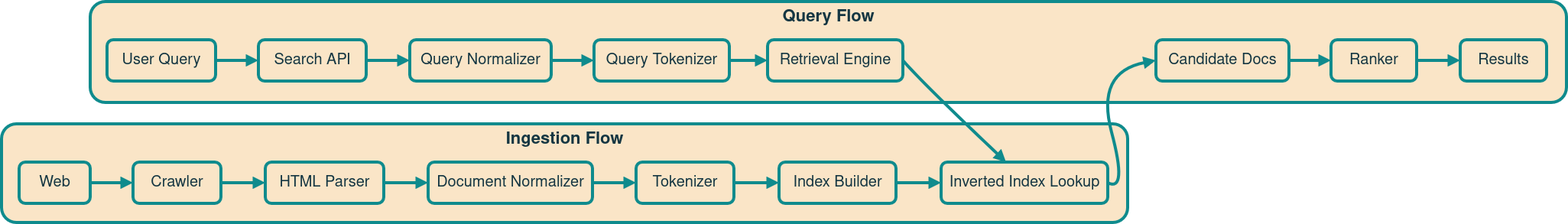
The draw.io diagram docs/diagrams/dfd.png in schak04/septcrawler, before a commit. Source tidied: cells renumbered, new cells last; positions are measured from the earlier drawing's top-left corner, leaving out a move shared by most shapes.
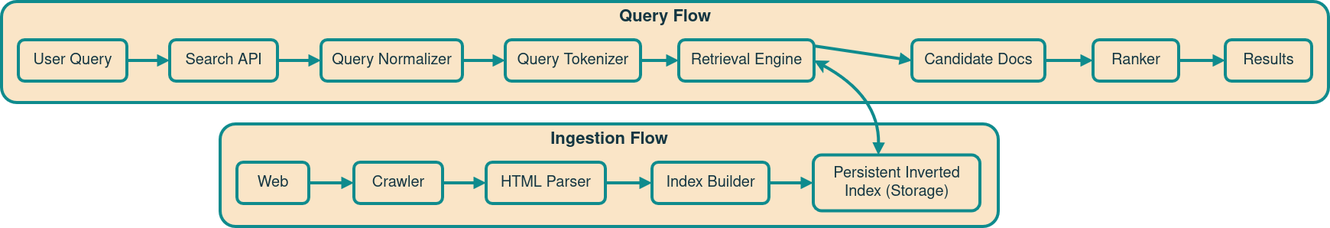
Later version of the same file.

What changed in the source:
```diff
@@ -3,32 +3,26 @@
     <mxCell id="0" />
     <mxCell id="1" parent="0" />
     <mxCell id="2" value="Query Flow" style="whiteSpace=wrap;strokeWidth=4;fillColor=#FAE5C7;strokeColor=light-dark(#0F8B8D,#33FFFF);fontColor=#143642;labelBackgroundColor=none;rounded=1;fontSize=22;verticalAlign=top;fontStyle=1;" parent="1" vertex="1">
-      <mxGeometry x="116" width="1931" height="132" as="geometry" />
+      <mxGeometry x="116" width="1736" height="132" as="geometry" />
     </mxCell>
     <mxCell id="3" value="Ingestion Flow" style="whiteSpace=wrap;strokeWidth=4;fillColor=#FAE5C7;strokeColor=light-dark(#0F8B8D,#33FFFF);fontColor=#143642;labelBackgroundColor=none;rounded=1;fontSize=22;verticalAlign=top;fontStyle=1;" parent="1" vertex="1">
-      <mxGeometry y="160" width="1473" height="129" as="geometry" />
+      <mxGeometry x="402" y="160" width="1018" height="134" as="geometry" />
     </mxCell>
     <mxCell id="4" value="Web" style="whiteSpace=wrap;strokeWidth=4;fillColor=#FAE5C7;strokeColor=light-dark(#0F8B8D,#33FFFF);fontColor=#143642;labelBackgroundColor=none;rounded=1;fontSize=20;" parent="1" vertex="1">
-      <mxGeometry x="23" y="210" width="93" height="54" as="geometry" />
+      <mxGeometry x="424" y="210" width="94" height="54" as="geometry" />
     </mxCell>
     <mxCell id="5" value="Crawler" style="whiteSpace=wrap;strokeWidth=4;fillColor=#FAE5C7;strokeColor=light-dark(#0F8B8D,#33FFFF);fontColor=#143642;labelBackgroundColor=none;rounded=1;fontSize=20;" parent="1" vertex="1">
-      <mxGeometry x="172" y="210" width="115" height="54" as="geometry" />
+      <mxGeometry x="577" y="210" width="116" height="54" as="geometry" />
     </mxCell>
     <mxCell id="6" value="HTML Parser" style="whiteSpace=wrap;strokeWidth=4;fillColor=#FAE5C7;strokeColor=light-dark(#0F8B8D,#33FFFF);fontColor=#143642;labelBackgroundColor=none;rounded=1;fontSize=20;" parent="1" vertex="1">
-      <mxGeometry x="345" y="210" width="155" height="54" as="geometry" />
+      <mxGeometry x="750" y="210" width="156" height="54" as="geometry" />
     </mxCell>
-    <mxCell id="7" value="Document Normalizer" style="whiteSpace=wrap;strokeWidth=4;fillColor=#FAE5C7;strokeColor=light-dark(#0F8B8D,#33FFFF);fontColor=#143642;labelBackgroundColor=none;rounded=1;fontSize=20;" parent="1" vertex="1">
-      <mxGeometry x="558" y="210" width="215" height="54" as="geometry" />
-    </mxCell>
-    <mxCell id="8" value="Tokenizer" style="whiteSpace=wrap;strokeWidth=4;fillColor=#FAE5C7;strokeColor=light-dark(#0F8B8D,#33FFFF);fontColor=#143642;labelBackgroundColor=none;rounded=1;fontSize=20;" parent="1" vertex="1">
-      <mxGeometry x="830" y="210" width="128" height="54" as="geometry" />
-    </mxCell>
     <mxCell id="9" value="Index Builder" style="whiteSpace=wrap;strokeWidth=4;fillColor=#FAE5C7;strokeColor=light-dark(#0F8B8D,#33FFFF);fontColor=#143642;labelBackgroundColor=none;rounded=1;fontSize=20;" parent="1" vertex="1">
-      <mxGeometry x="1017" y="210" width="153" height="54" as="geometry" />
+      <mxGeometry x="967" y="210" width="153" height="54" as="geometry" />
     </mxCell>
-    <mxCell id="10" value="Inverted Index Lookup" style="whiteSpace=wrap;strokeWidth=4;fillColor=#FAE5C7;strokeColor=light-dark(#0F8B8D,#33FFFF);fontColor=#143642;labelBackgroundColor=none;rounded=1;fontSize=20;" parent="1" vertex="1">
-      <mxGeometry x="1229" y="210" width="218" height="54" as="geometry" />
-    </mxCell>
+    <mxCell id="33" value="Persistent Inverted Index (Storage)" style="whiteSpace=wrap;strokeWidth=4;fillColor=#FAE5C7;strokeColor=light-dark(#0F8B8D,#33FFFF);fontColor=#143642;labelBackgroundColor=none;rounded=1;fontSize=20;" parent="1" vertex="1">
+      <mxGeometry x="1178" y="200.5" width="218" height="73" as="geometry" />
+    </mxCell>
     <mxCell id="11" value="User Query" style="whiteSpace=wrap;strokeWidth=4;fillColor=#FAE5C7;strokeColor=light-dark(#0F8B8D,#33FFFF);fontColor=#143642;labelBackgroundColor=none;rounded=1;fontSize=20;" parent="1" vertex="1">
       <mxGeometry x="138" y="50" width="142" height="54" as="geometry" />
     </mxCell>
@@ -45,13 +39,13 @@
       <mxGeometry x="1002" y="50" width="177" height="54" as="geometry" />
     </mxCell>
     <mxCell id="16" value="Candidate Docs" style="whiteSpace=wrap;strokeWidth=4;fillColor=#FAE5C7;strokeColor=light-dark(#0F8B8D,#33FFFF);fontColor=#143642;labelBackgroundColor=none;rounded=1;fontSize=20;" parent="1" vertex="1">
-      <mxGeometry x="1510" y="50" width="174" height="54" as="geometry" />
+      <mxGeometry x="1307" y="50" width="174" height="54" as="geometry" />
     </mxCell>
     <mxCell id="17" value="Ranker" style="whiteSpace=wrap;strokeWidth=4;fillColor=#FAE5C7;strokeColor=light-dark(#0F8B8D,#33FFFF);fontColor=#143642;labelBackgroundColor=none;rounded=1;fontSize=20;" parent="1" vertex="1">
-      <mxGeometry x="1739" y="50" width="112" height="54" as="geometry" />
+      <mxGeometry x="1544" y="50" width="112" height="54" as="geometry" />
     </mxCell>
     <mxCell id="18" value="Results" style="whiteSpace=wrap;strokeWidth=4;fillColor=#FAE5C7;strokeColor=light-dark(#0F8B8D,#33FFFF);fontColor=#143642;labelBackgroundColor=none;rounded=1;fontSize=20;" parent="1" vertex="1">
-      <mxGeometry x="1908" y="50" width="113" height="54" as="geometry" />
+      <mxGeometry x="1717" y="50" width="113" height="54" as="geometry" />
     </mxCell>
     <mxCell id="19" style="curved=1;startArrow=none;endArrow=block;exitX=1;exitY=0.5;entryX=0;entryY=0.5;rounded=1;labelBackgroundColor=none;strokeColor=light-dark(#0F8B8D,#33FFFF);fontColor=default;strokeWidth=4;fontSize=20;" parent="1" edge="1" source="4" target="5">
       <mxGeometry relative="1" as="geometry" />
@@ -59,18 +53,12 @@
     <mxCell id="20" style="curved=1;startArrow=none;endArrow=block;exitX=1;exitY=0.5;entryX=0;entryY=0.5;rounded=1;labelBackgroundColor=none;strokeColor=light-dark(#0F8B8D,#33FFFF);fontColor=default;strokeWidth=4;fontSize=20;" parent="1" edge="1" source="5" target="6">
       <mxGeometry relative="1" as="geometry" />
     </mxCell>
-    <mxCell id="21" style="curved=1;startArrow=none;endArrow=block;exitX=1;exitY=0.5;entryX=0;entryY=0.5;rounded=1;labelBackgroundColor=none;strokeColor=light-dark(#0F8B8D,#33FFFF);fontColor=default;strokeWidth=4;fontSize=20;" parent="1" edge="1" source="6" target="7">
-      <mxGeometry relative="1" as="geometry" />
-    </mxCell>
-    <mxCell id="22" style="curved=1;startArrow=none;endArrow=block;exitX=1;exitY=0.5;entryX=0;entryY=0.5;rounded=1;labelBackgroundColor=none;strokeColor=light-dark(#0F8B8D,#33FFFF);fontColor=default;strokeWidth=4;fontSize=20;" parent="1" edge="1" source="7" target="8">
-      <mxGeometry relative="1" as="geometry" />
-    </mxCell>
-    <mxCell id="23" style="curved=1;startArrow=none;endArrow=block;exitX=1.01;exitY=0.5;entryX=0;entryY=0.5;rounded=1;labelBackgroundColor=none;strokeColor=light-dark(#0F8B8D,#33FFFF);fontColor=default;strokeWidth=4;fontSize=20;" parent="1" edge="1" source="8" target="9">
-      <mxGeometry relative="1" as="geometry" />
-    </mxCell>
-    <mxCell id="24" style="curved=1;startArrow=none;endArrow=block;exitX=1;exitY=0.5;entryX=0;entryY=0.5;rounded=1;labelBackgroundColor=none;strokeColor=light-dark(#0F8B8D,#33FFFF);fontColor=default;strokeWidth=4;fontSize=20;" parent="1" edge="1" source="9" target="10">
-      <mxGeometry relative="1" as="geometry" />
-    </mxCell>
+    <mxCell id="34" style="curved=1;startArrow=none;endArrow=block;exitX=1;exitY=0.5;entryX=0;entryY=0.5;rounded=1;labelBackgroundColor=none;strokeColor=light-dark(#0F8B8D,#33FFFF);fontColor=default;strokeWidth=4;fontSize=20;entryDx=0;entryDy=0;" parent="1" edge="1" source="6" target="9">
+      <mxGeometry relative="1" as="geometry" />
+    </mxCell>
+    <mxCell id="35" style="curved=1;startArrow=none;endArrow=block;exitX=1;exitY=0.5;entryX=0;entryY=0.5;rounded=1;labelBackgroundColor=none;strokeColor=light-dark(#0F8B8D,#33FFFF);fontColor=default;strokeWidth=4;fontSize=20;" parent="1" edge="1" source="9" target="33">
+      <mxGeometry relative="1" as="geometry" />
+    </mxCell>
     <mxCell id="25" style="curved=1;startArrow=none;endArrow=block;exitX=1;exitY=0.5;entryX=0;entryY=0.5;rounded=1;labelBackgroundColor=none;strokeColor=light-dark(#0F8B8D,#33FFFF);fontColor=default;strokeWidth=4;fontSize=20;" parent="1" edge="1" source="11" target="12">
       <mxGeometry relative="1" as="geometry" />
     </mxCell>
@@ -83,21 +71,16 @@
     <mxCell id="28" style="curved=1;startArrow=none;endArrow=block;exitX=1;exitY=0.5;entryX=0;entryY=0.5;rounded=1;labelBackgroundColor=none;strokeColor=light-dark(#0F8B8D,#33FFFF);fontColor=default;strokeWidth=4;fontSize=20;" parent="1" edge="1" source="14" target="15">
       <mxGeometry relative="1" as="geometry" />
     </mxCell>
-    <mxCell id="29" style="curved=1;startArrow=none;endArrow=block;exitX=1;exitY=0.5;entryX=0.39;entryY=0;rounded=1;labelBackgroundColor=none;strokeColor=light-dark(#0F8B8D,#33FFFF);fontColor=default;strokeWidth=4;fontSize=20;" parent="1" edge="1" source="15" target="10">
-      <mxGeometry relative="1" as="geometry">
-        <Array as="points">
-          <mxPoint x="1204" y="106" />
-        </Array>
-      </mxGeometry>
-    </mxCell>
-    <mxCell id="30" style="curved=1;startArrow=none;endArrow=block;exitX=1;exitY=0.5;entryX=0;entryY=0.5;rounded=1;labelBackgroundColor=none;strokeColor=light-dark(#0F8B8D,#33FFFF);fontColor=default;strokeWidth=4;fontSize=20;" parent="1" edge="1" source="10" target="16">
-      <mxGeometry relative="1" as="geometry">
-        <Array as="points">
-          <mxPoint x="1473" y="250" />
-          <mxPoint x="1431" y="92" />
-        </Array>
-      </mxGeometry>
-    </mxCell>
+    <mxCell id="36" style="curved=1;startArrow=classic;endArrow=block;exitX=1;exitY=0.5;entryX=0.39;entryY=0;rounded=1;labelBackgroundColor=none;strokeColor=light-dark(#0F8B8D,#33FFFF);fontColor=default;strokeWidth=4;fontSize=20;startFill=1;" parent="1" edge="1" source="15" target="33">
+      <mxGeometry relative="1" as="geometry">
+        <Array as="points">
+          <mxPoint x="1265" y="123" />
+        </Array>
+      </mxGeometry>
+    </mxCell>
+    <mxCell id="37" style="curved=1;startArrow=none;endArrow=block;exitX=0.998;exitY=0.148;entryX=0;entryY=0.5;rounded=1;labelBackgroundColor=none;strokeColor=light-dark(#0F8B8D,#33FFFF);fontColor=default;strokeWidth=4;fontSize=20;exitDx=0;exitDy=0;exitPerimeter=0;" parent="1" edge="1" source="15" target="16">
+      <mxGeometry relative="1" as="geometry" />
+    </mxCell>
     <mxCell id="31" style="curved=1;startArrow=none;endArrow=block;exitX=1;exitY=0.5;entryX=0;entryY=0.5;rounded=1;labelBackgroundColor=none;strokeColor=light-dark(#0F8B8D,#33FFFF);fontColor=default;strokeWidth=4;fontSize=20;" parent="1" edge="1" source="16" target="17">
       <mxGeometry relative="1" as="geometry" />
     </mxCell>
```
